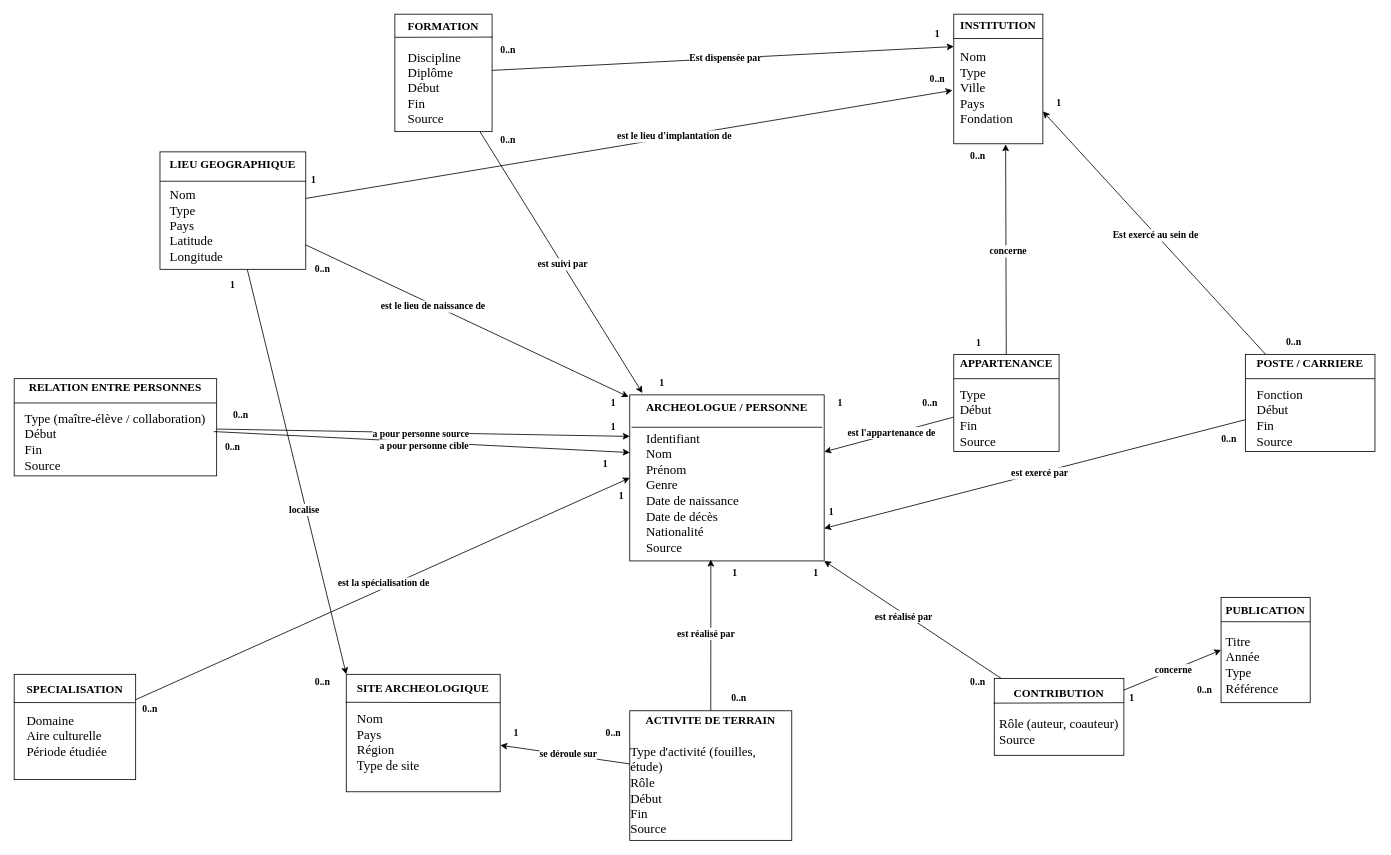
This is Modele-conceptuel-archeologues-final.drawio from CannelleLeoHatchi/archeologues, a draw.io file, before an edit. Source tidied: cells renumbered, new cells numbered last; positions are measured from the earlier drawing's top-left corner, leaving out a move shared by most shapes. Both pictures are drawn from the tidied source at 81%, with x=0, y=0 at pixel (14, 14).
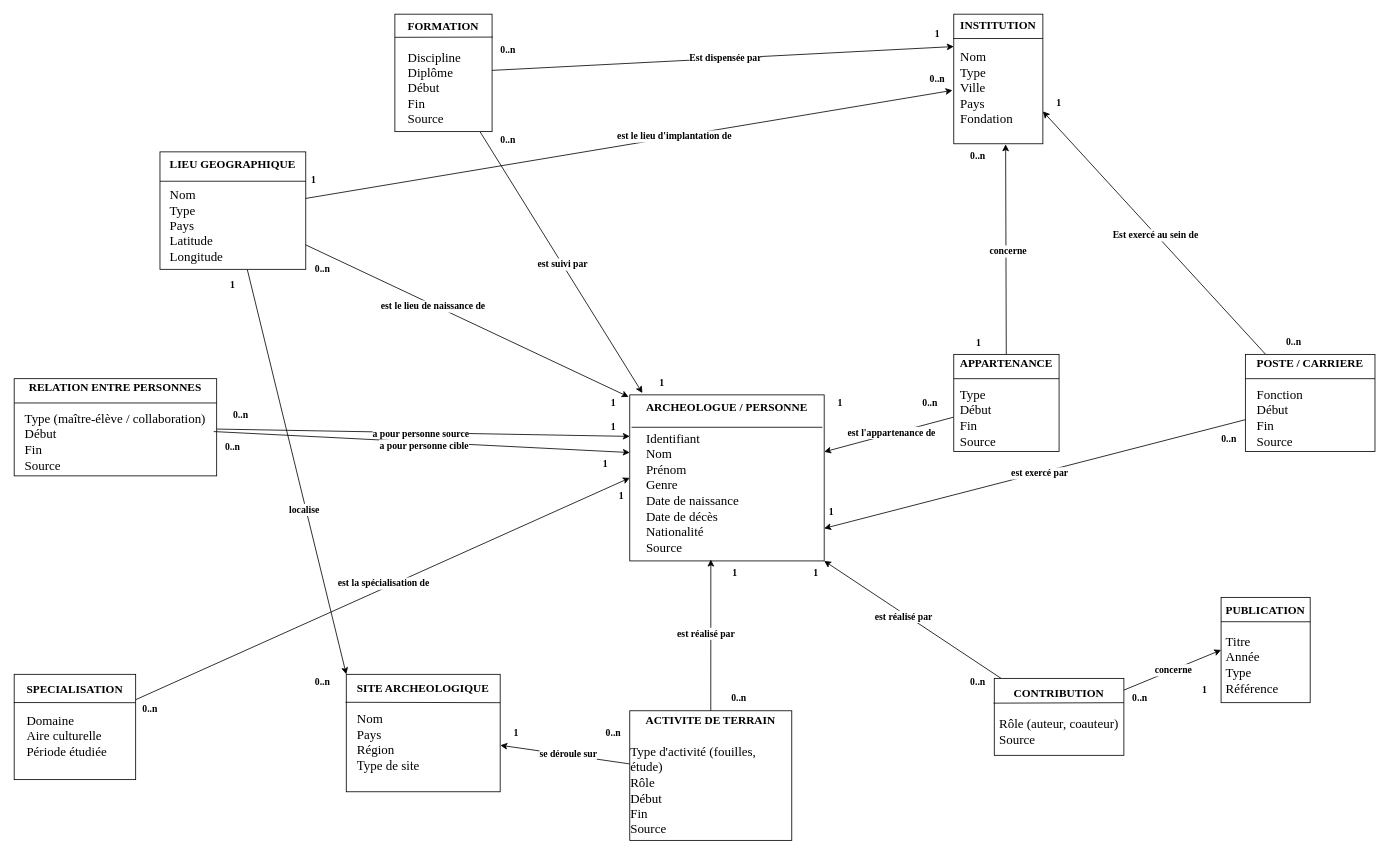
Above is the later version.

Commit message:
Mise à jour du mdèle conceptuel

The change refers to these unchanged cells:
```xml
<mxCell id="13" style="edgeStyle=none;html=1;entryX=0;entryY=0.5;entryDx=0;entryDy=0;" parent="1" edge="1" source="16" target="17">
  <mxGeometry relative="1" as="geometry" />
</mxCell>
```

The edit, as a diff of the source:
```diff
@@
-    <mxCell id="15" value="&lt;font face=&quot;Garamond&quot;&gt;&lt;b&gt;1&lt;/b&gt;&lt;/font&gt;" style="text;html=1;whiteSpace=wrap;strokeColor=none;fillColor=none;align=center;verticalAlign=middle;rounded=0;" parent="13" vertex="1">
+    <mxCell id="15" value="&lt;font face=&quot;Garamond&quot;&gt;&lt;b&gt;0..n&lt;/b&gt;&lt;/font&gt;" style="text;html=1;whiteSpace=wrap;strokeColor=none;fillColor=none;align=center;verticalAlign=middle;rounded=0;" parent="13" vertex="1">
       <mxGeometry x="-0.89" y="-9" width="60" height="30" relative="1" as="geometry">
-        <mxPoint x="-30" y="-10" as="offset" />
+        <mxPoint x="-20" y="-10" as="offset" />
       </mxGeometry>
     </mxCell>
@@
-    <mxCell id="55" value="&lt;font face=&quot;Garamond&quot;&gt;&lt;b&gt;0..n&lt;/b&gt;&lt;/font&gt;" style="text;html=1;whiteSpace=wrap;strokeColor=none;fillColor=none;align=center;verticalAlign=middle;rounded=0;" parent="1" vertex="1">
+    <mxCell id="55" value="&lt;font face=&quot;Garamond&quot;&gt;&lt;b&gt;1&lt;/b&gt;&lt;/font&gt;" style="text;html=1;whiteSpace=wrap;strokeColor=none;fillColor=none;align=center;verticalAlign=middle;rounded=0;" parent="1" vertex="1">
       <mxGeometry x="1440" y="820" width="60" height="30" as="geometry" />
     </mxCell>
```
